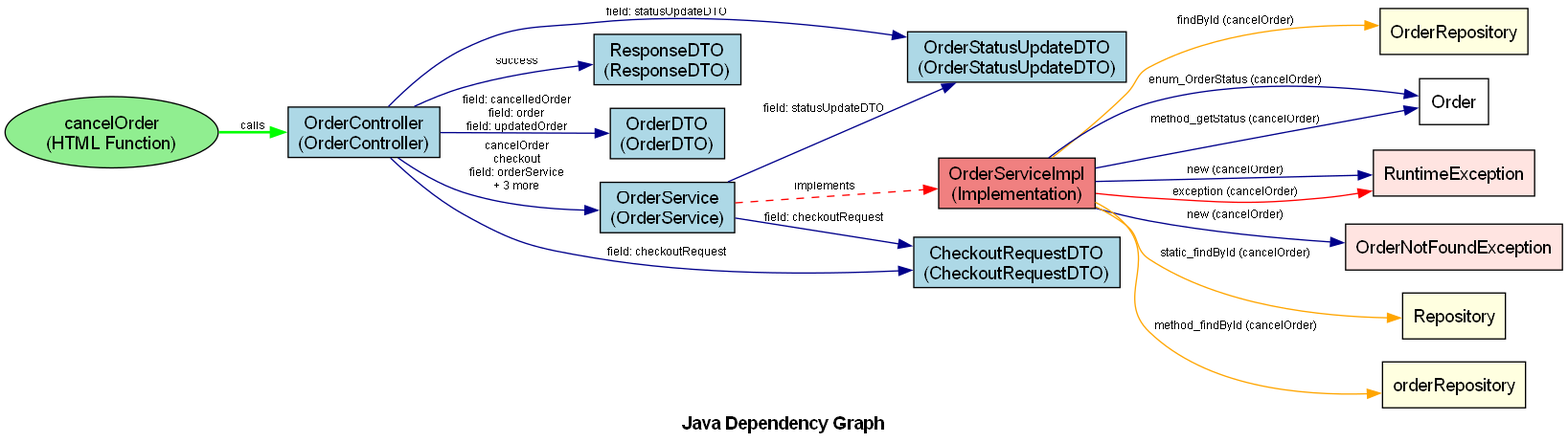
Above: dependencies.png in tudao164/DependGraphForJava2 (Graphviz), before the change. Its source is kept beside it as dependencies.dot.
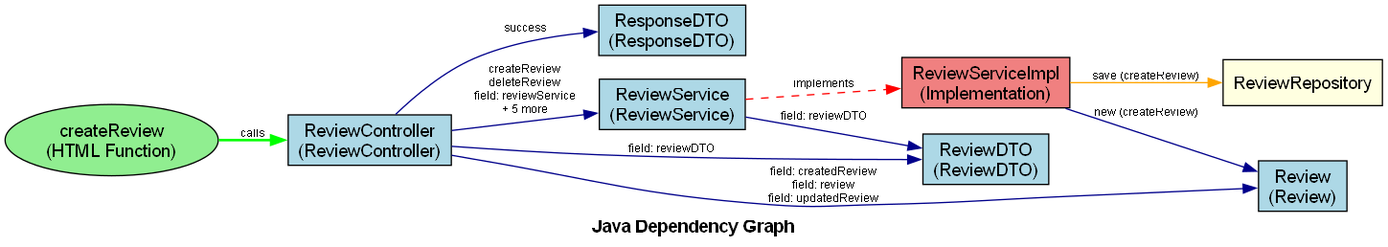
Later version of the same file.

Diff of the diagram source:
```diff
@@ -4,41 +4,25 @@
     edge [fontname="Arial", fontsize=9, color=darkblue];
     graph [fontname="Arial Bold", fontsize=14, label="Java Dependency Graph"];
 
-    "OrderStatusUpdateDTO" [label="OrderStatusUpdateDTO\n(OrderStatusUpdateDTO)", URL="javascript:showNodeInfo('OrderStatusUpdateDTO')", fillcolor="lightblue"];
     "ResponseDTO" [label="ResponseDTO\n(ResponseDTO)", URL="javascript:showNodeInfo('ResponseDTO')", fillcolor="lightblue"];
-    "OrderDTO" [label="OrderDTO\n(OrderDTO)", URL="javascript:showNodeInfo('OrderDTO')", fillcolor="lightblue"];
-    "OrderController" [label="OrderController\n(OrderController)", URL="javascript:showNodeInfo('OrderController')", fillcolor="lightblue"];
-    "OrderService" [label="OrderService\n(OrderService)", URL="javascript:showNodeInfo('OrderService')", fillcolor="lightblue"];
-    "CheckoutRequestDTO" [label="CheckoutRequestDTO\n(CheckoutRequestDTO)", URL="javascript:showNodeInfo('CheckoutRequestDTO')", fillcolor="lightblue"];
+    "ReviewService" [label="ReviewService\n(ReviewService)", URL="javascript:showNodeInfo('ReviewService')", fillcolor="lightblue"];
+    "ReviewDTO" [label="ReviewDTO\n(ReviewDTO)", URL="javascript:showNodeInfo('ReviewDTO')", fillcolor="lightblue"];
+    "Review" [label="Review\n(Review)", URL="javascript:showNodeInfo('Review')", fillcolor="lightblue"];
+    "ReviewController" [label="ReviewController\n(ReviewController)", URL="javascript:showNodeInfo('ReviewController')", fillcolor="lightblue"];
 
-    "OrderController" -> "ResponseDTO" [label="success", URL="javascript:showEdgeInfo('OrderController', 'ResponseDTO')"];
-    "OrderController" -> "OrderService" [label="cancelOrder\ncheckout\nfield: orderService\n+ 3 more", URL="javascript:showEdgeInfo('OrderController', 'OrderService')"];
-    "OrderController" -> "OrderDTO" [label="field: cancelledOrder\nfield: order\nfield: updatedOrder", URL="javascript:showEdgeInfo('OrderController', 'OrderDTO')"];
-    "OrderController" -> "CheckoutRequestDTO" [label="field: checkoutRequest", URL="javascript:showEdgeInfo('OrderController', 'CheckoutRequestDTO')"];
-    "OrderController" -> "OrderStatusUpdateDTO" [label="field: statusUpdateDTO", URL="javascript:showEdgeInfo('OrderController', 'OrderStatusUpdateDTO')"];
-    "OrderService" -> "CheckoutRequestDTO" [label="field: checkoutRequest", URL="javascript:showEdgeInfo('OrderService', 'CheckoutRequestDTO')"];
-    "OrderService" -> "OrderStatusUpdateDTO" [label="field: statusUpdateDTO", URL="javascript:showEdgeInfo('OrderService', 'OrderStatusUpdateDTO')"];
+    "ReviewController" -> "ResponseDTO" [label="success", URL="javascript:showEdgeInfo('ReviewController', 'ResponseDTO')"];
+    "ReviewController" -> "ReviewService" [label="createReview\ndeleteReview\nfield: reviewService\n+ 5 more", URL="javascript:showEdgeInfo('ReviewController', 'ReviewService')"];
+    "ReviewController" -> "Review" [label="field: createdReview\nfield: review\nfield: updatedReview", URL="javascript:showEdgeInfo('ReviewController', 'Review')"];
+    "ReviewController" -> "ReviewDTO" [label="field: reviewDTO", URL="javascript:showEdgeInfo('ReviewController', 'ReviewDTO')"];
+    "ReviewService" -> "ReviewDTO" [label="field: reviewDTO", URL="javascript:showEdgeInfo('ReviewService', 'ReviewDTO')"];
 
-    "OrderServiceImpl" [label="OrderServiceImpl\n(Implementation)", URL="javascript:showNodeInfo('OrderServiceImpl')", fillcolor="lightcoral", shape="box"];
-    "OrderService" -> "OrderServiceImpl" [label="implements", URL="javascript:showEdgeInfo('OrderService', 'OrderServiceImpl')", color="red", style="dashed"];
+    "ReviewServiceImpl" [label="ReviewServiceImpl\n(Implementation)", URL="javascript:showNodeInfo('ReviewServiceImpl')", fillcolor="lightcoral", shape="box"];
+    "ReviewService" -> "ReviewServiceImpl" [label="implements", URL="javascript:showEdgeInfo('ReviewService', 'ReviewServiceImpl')", color="red", style="dashed"];
 
-    "OrderRepository" [label="OrderRepository", URL="javascript:showNodeInfo('OrderRepository')", fillcolor="lightyellow", shape="box"];
-    "OrderServiceImpl" -> "OrderRepository" [label="findById (cancelOrder)", URL="javascript:showEdgeInfo('OrderServiceImpl', 'OrderRepository')", color="orange"];
-    "Order" [label="Order", URL="javascript:showNodeInfo('Order')", fillcolor="white", shape="box"];
-    "OrderServiceImpl" -> "Order" [label="enum_OrderStatus (cancelOrder)", URL="javascript:showEdgeInfo('OrderServiceImpl', 'Order')"];
-    "Order" [label="Order", URL="javascript:showNodeInfo('Order')", fillcolor="white", shape="box"];
-    "OrderServiceImpl" -> "Order" [label="method_getStatus (cancelOrder)", URL="javascript:showEdgeInfo('OrderServiceImpl', 'Order')"];
-    "RuntimeException" [label="RuntimeException", URL="javascript:showNodeInfo('RuntimeException')", fillcolor="mistyrose", shape="box"];
-    "OrderServiceImpl" -> "RuntimeException" [label="new (cancelOrder)", URL="javascript:showEdgeInfo('OrderServiceImpl', 'RuntimeException')"];
-    "RuntimeException" [label="RuntimeException", URL="javascript:showNodeInfo('RuntimeException')", fillcolor="mistyrose", shape="box"];
-    "OrderServiceImpl" -> "RuntimeException" [label="exception (cancelOrder)", URL="javascript:showEdgeInfo('OrderServiceImpl', 'RuntimeException')", color="red"];
-    "OrderNotFoundException" [label="OrderNotFoundException", URL="javascript:showNodeInfo('OrderNotFoundException')", fillcolor="mistyrose", shape="box"];
-    "OrderServiceImpl" -> "OrderNotFoundException" [label="new (cancelOrder)", URL="javascript:showEdgeInfo('OrderServiceImpl', 'OrderNotFoundException')"];
-    "Repository" [label="Repository", URL="javascript:showNodeInfo('Repository')", fillcolor="lightyellow", shape="box"];
-    "OrderServiceImpl" -> "Repository" [label="static_findById (cancelOrder)", URL="javascript:showEdgeInfo('OrderServiceImpl', 'Repository')", color="orange"];
-    "orderRepository" [label="orderRepository", URL="javascript:showNodeInfo('orderRepository')", fillcolor="lightyellow", shape="box"];
-    "OrderServiceImpl" -> "orderRepository" [label="method_findById (cancelOrder)", URL="javascript:showEdgeInfo('OrderServiceImpl', 'orderRepository')", color="orange"];
+    "ReviewServiceImpl" -> "Review" [label="new (createReview)", URL="javascript:showEdgeInfo('ReviewServiceImpl', 'Review')"];
+    "ReviewRepository" [label="ReviewRepository", URL="javascript:showNodeInfo('ReviewRepository')", fillcolor="lightyellow", shape="box"];
+    "ReviewServiceImpl" -> "ReviewRepository" [label="save (createReview)", URL="javascript:showEdgeInfo('ReviewServiceImpl', 'ReviewRepository')", color="orange"];
 
-    "HTML_cancelOrder" [label="cancelOrder\n(HTML Function)", URL="javascript:showNodeInfo('HTML_cancelOrder')", fillcolor="lightgreen", shape="ellipse"];
-    "HTML_cancelOrder" -> "OrderController" [label="calls", URL="javascript:showEdgeInfo('HTML_cancelOrder', 'OrderController')", color="green", style="bold"];
+    "HTML_createReview" [label="createReview\n(HTML Function)", URL="javascript:showNodeInfo('HTML_createReview')", fillcolor="lightgreen", shape="ellipse"];
+    "HTML_createReview" -> "ReviewController" [label="calls", URL="javascript:showEdgeInfo('HTML_createReview', 'ReviewController')", color="green", style="bold"];
 }
```
